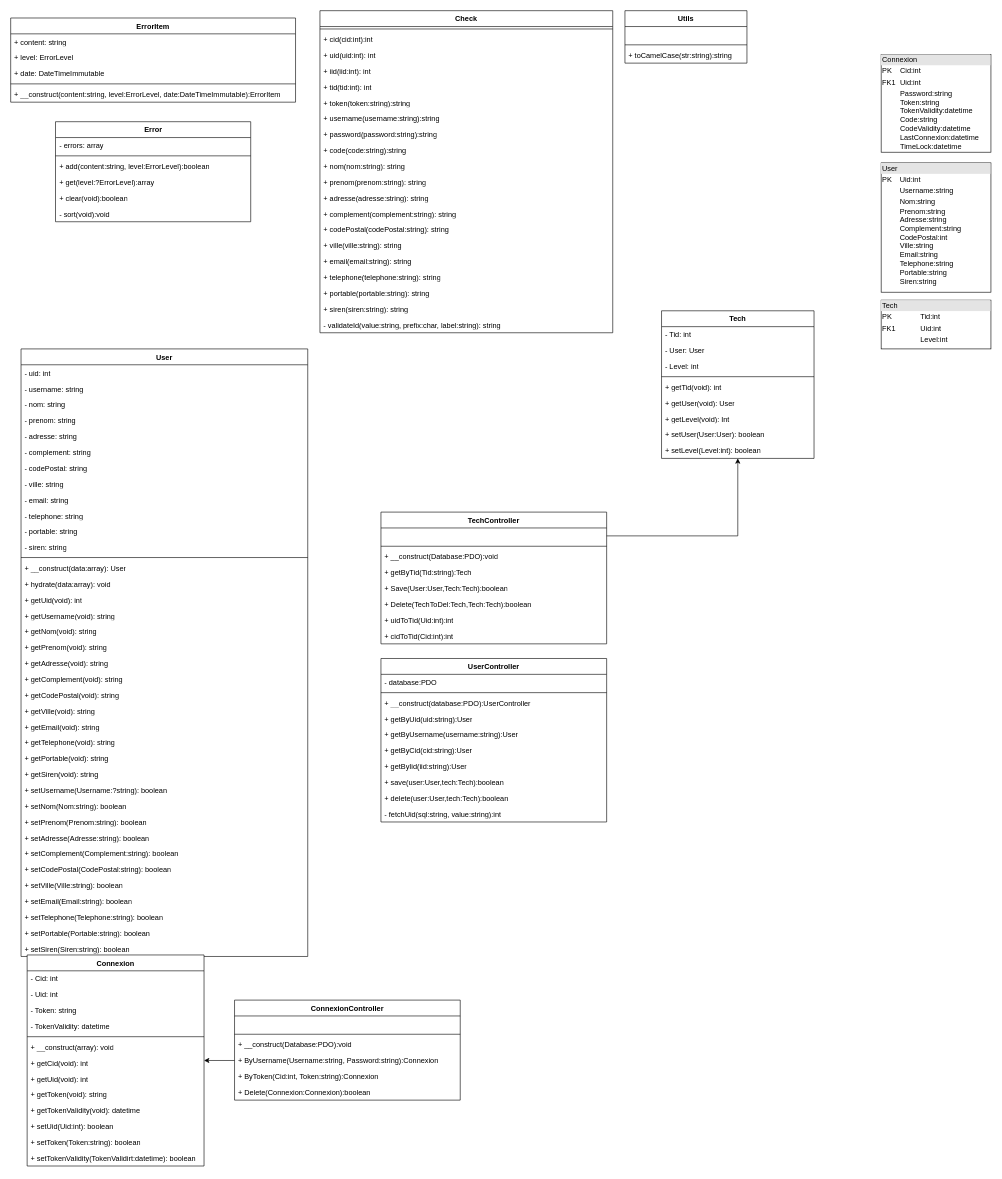
Before: Docs/Diagram/ClassDiagram.drawio in ROYJohan08/RJI-User.royjohan.fr, a draw.io diagram. Source tidied: cells renumbered, new cells numbered last; positions are measured from the earlier drawing's top-left corner, leaving out a move shared by most shapes. Both pictures are drawn from the tidied source at 61%, with x=0, y=0 at pixel (10, 10).
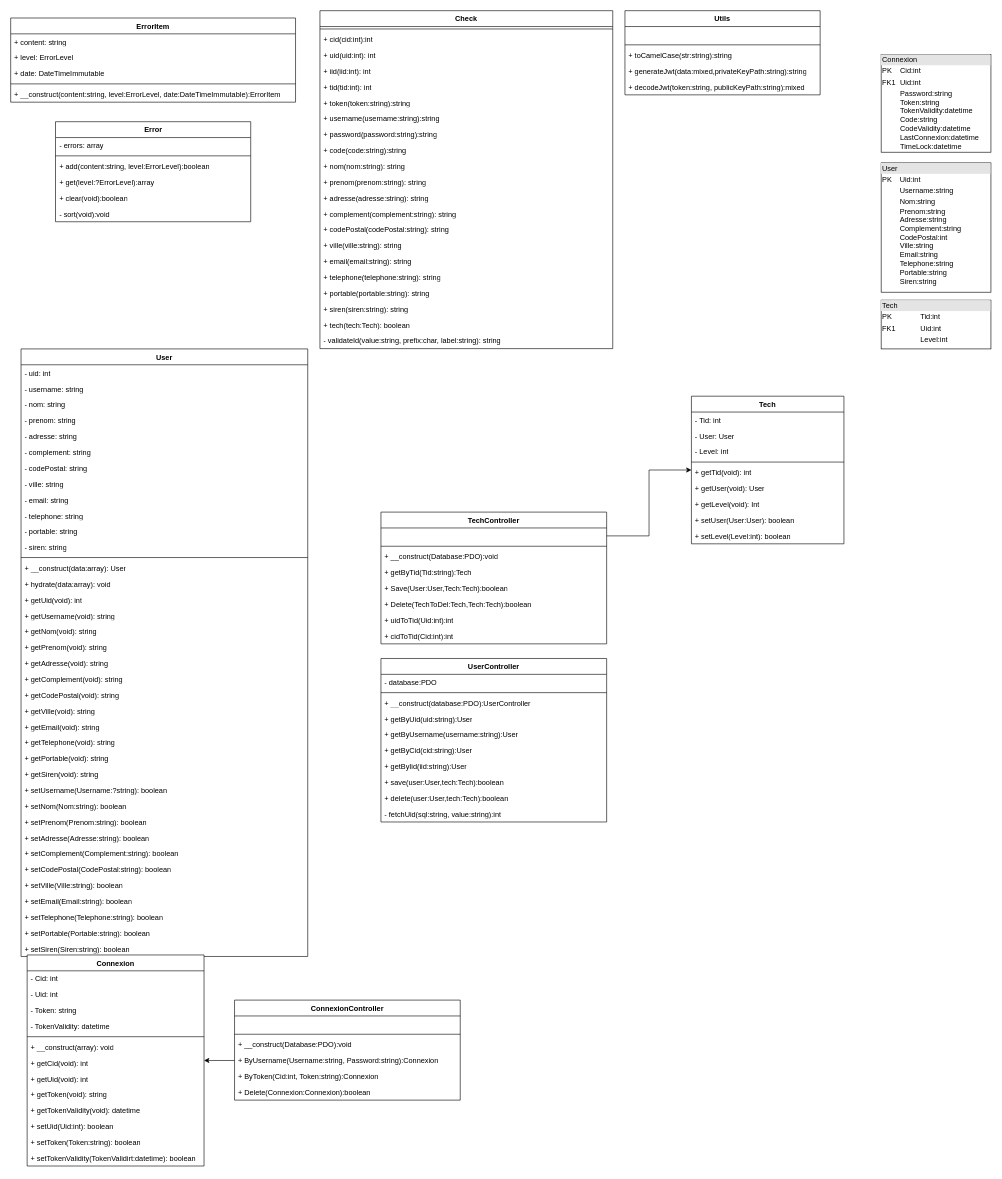
Above is the later version.

What changed in the source:
```diff
@@
     <mxCell id="44" value="Check" style="swimlane;fontStyle=1;align=center;verticalAlign=top;horizontal=1;startSize=26;whiteSpace=wrap;html=1;" parent="1" vertex="1">
-      <mxGeometry x="507" width="480" height="528" as="geometry" />
+      <mxGeometry x="507" width="480" height="554" as="geometry" />
     </mxCell>
@@
+    <mxCell id="135" value="+ tech(tech:Tech): boolean" style="text;strokeColor=none;fillColor=none;align=left;verticalAlign=top;spacingLeft=4;spacingRight=4;overflow=hidden;whiteSpace=wrap;html=1;" parent="44" vertex="1">
+      <mxGeometry y="502" width="480" height="26" as="geometry" />
+    </mxCell>
     <mxCell id="64" value="- validateId(value:string, prefix:char, label:string): string" style="text;strokeColor=none;fillColor=none;align=left;verticalAlign=top;spacingLeft=4;spacingRight=4;overflow=hidden;whiteSpace=wrap;html=1;" parent="44" vertex="1">
-      <mxGeometry y="502" width="480" height="26" as="geometry" />
+      <mxGeometry y="528" width="480" height="26" as="geometry" />
     </mxCell>
@@
     <mxCell id="83" value="Tech" style="swimlane;fontStyle=1;align=center;verticalAlign=top;horizontal=1;startSize=26;whiteSpace=wrap;html=1;" parent="1" vertex="1">
-      <mxGeometry x="1067" y="492" width="250" height="242" as="geometry" />
+      <mxGeometry x="1116" y="632" width="250" height="242" as="geometry" />
     </mxCell>
@@
     <mxCell id="131" value="Utils" style="swimlane;fontStyle=1;align=center;verticalAlign=top;horizontal=1;startSize=26;whiteSpace=wrap;html=1;" parent="1" vertex="1">
-      <mxGeometry x="1007" width="200" height="86" as="geometry" />
+      <mxGeometry x="1007" width="320" height="138" as="geometry" />
     </mxCell>
     <mxCell id="132" value="&lt;div&gt;&lt;br&gt;&lt;/div&gt;&lt;div&gt;&lt;br&gt;&lt;/div&gt;" style="text;strokeColor=none;fillColor=none;align=left;verticalAlign=top;spacingLeft=4;spacingRight=4;overflow=hidden;whiteSpace=wrap;html=1;" parent="131" vertex="1">
-      <mxGeometry y="26" width="200" height="26" as="geometry" />
+      <mxGeometry y="26" width="320" height="26" as="geometry" />
     </mxCell>
     <mxCell id="133" style="line;strokeWidth=1;fillColor=none;align=left;verticalAlign=middle;spacingTop=-1;spacingLeft=3;spacingRight=3;labelPosition=right;strokeColor=inherit;" parent="131" vertex="1">
-      <mxGeometry y="52" width="200" height="8" as="geometry" />
+      <mxGeometry y="52" width="320" height="8" as="geometry" />
     </mxCell>
     <mxCell id="134" value="+ toCamelCase(str:string):string" style="text;strokeColor=none;fillColor=none;align=left;verticalAlign=top;spacingLeft=4;spacingRight=4;overflow=hidden;whiteSpace=wrap;html=1;" parent="131" vertex="1">
-      <mxGeometry y="60" width="200" height="26" as="geometry" />
+      <mxGeometry y="60" width="320" height="26" as="geometry" />
     </mxCell>
+    <mxCell id="136" value="+ generateJwt(data:mixed,privateKeyPath:string):string" style="text;strokeColor=none;fillColor=none;align=left;verticalAlign=top;spacingLeft=4;spacingRight=4;overflow=hidden;whiteSpace=wrap;html=1;" parent="131" vertex="1">
+      <mxGeometry y="86" width="320" height="26" as="geometry" />
+    </mxCell>
+    <mxCell id="137" value="+ decodeJwt(token:string, publicKeyPath:string):mixed" style="text;strokeColor=none;fillColor=none;align=left;verticalAlign=top;spacingLeft=4;spacingRight=4;overflow=hidden;whiteSpace=wrap;html=1;" parent="131" vertex="1">
+      <mxGeometry y="112" width="320" height="26" as="geometry" />
+    </mxCell>
```
